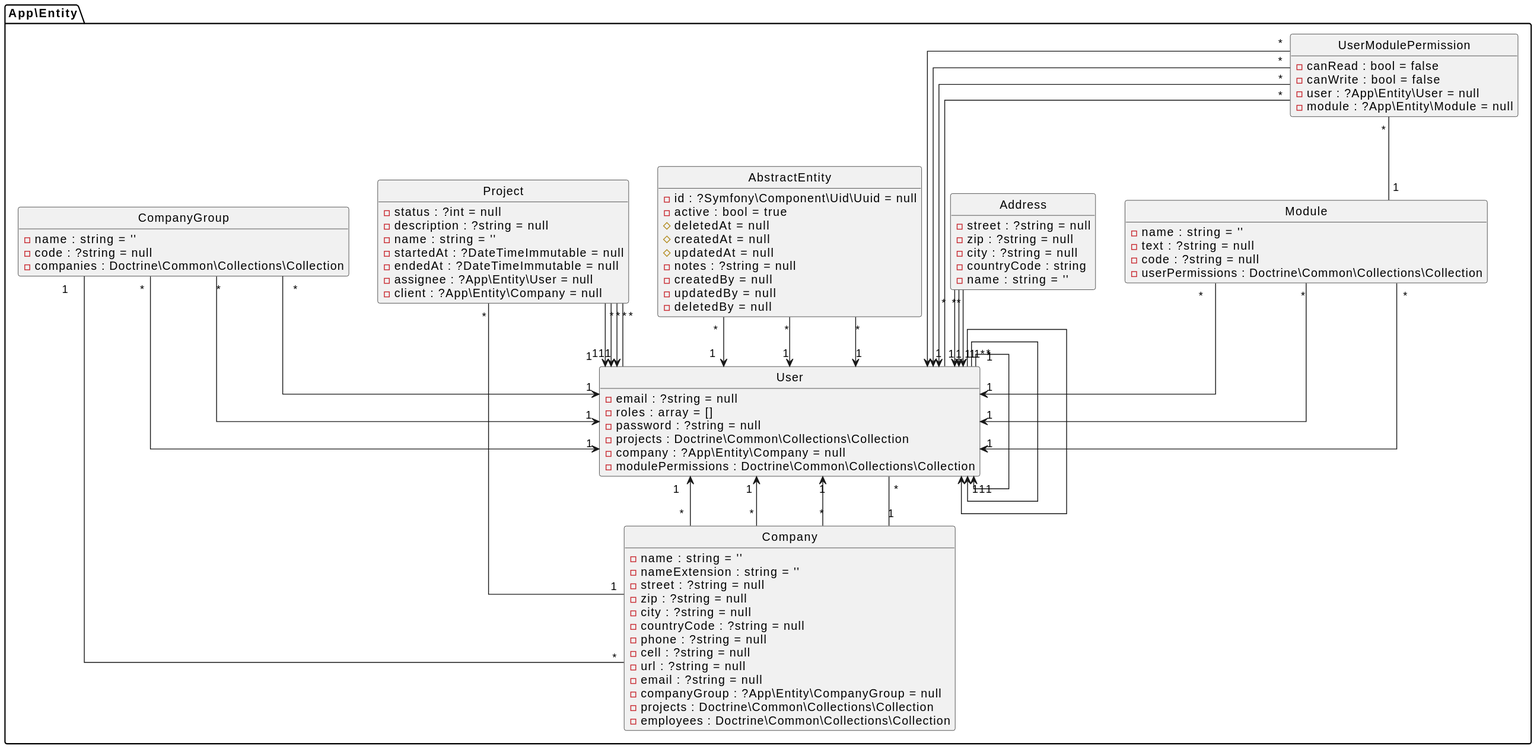
Before: assets/docs/diagram-class.svg, a diagram exported from PlantUML (cschorr/symfony-core-bundle).
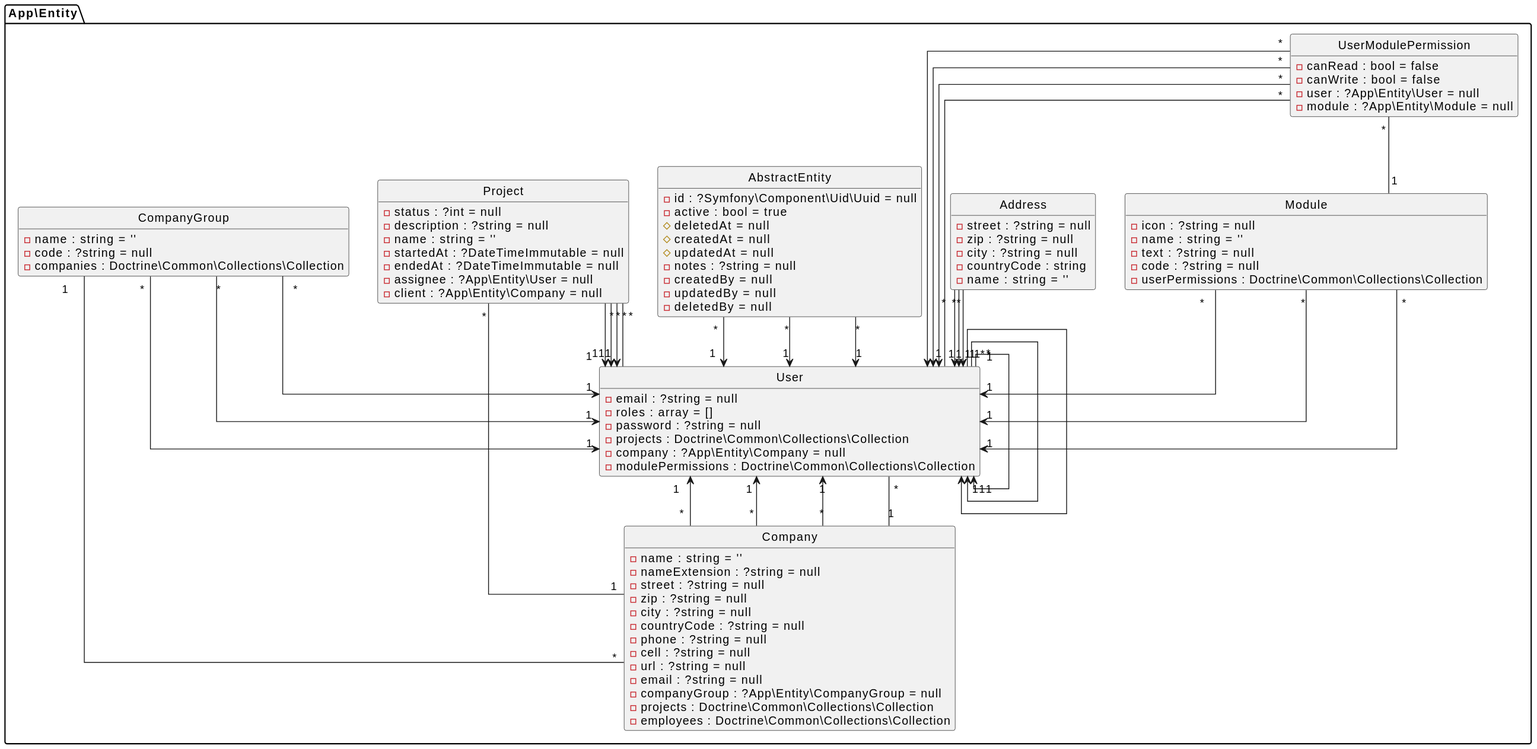
The same file after the commit.

Diff of the diagram source:
```diff
@@ -24,7 +24,7 @@
 }
 class App\Entity\Company {
 - name : string = ''
-- nameExtension : string = ''
+- nameExtension : ?string = null
 - street : ?string = null
 - zip : ?string = null
 - city : ?string = null
@@ -38,6 +38,7 @@
 - employees : Doctrine\Common\Collections\Collection
 }
 class App\Entity\Module {
+- icon : ?string = null
 - name : string = ''
 - text : ?string = null
 - code : ?string = null
```
